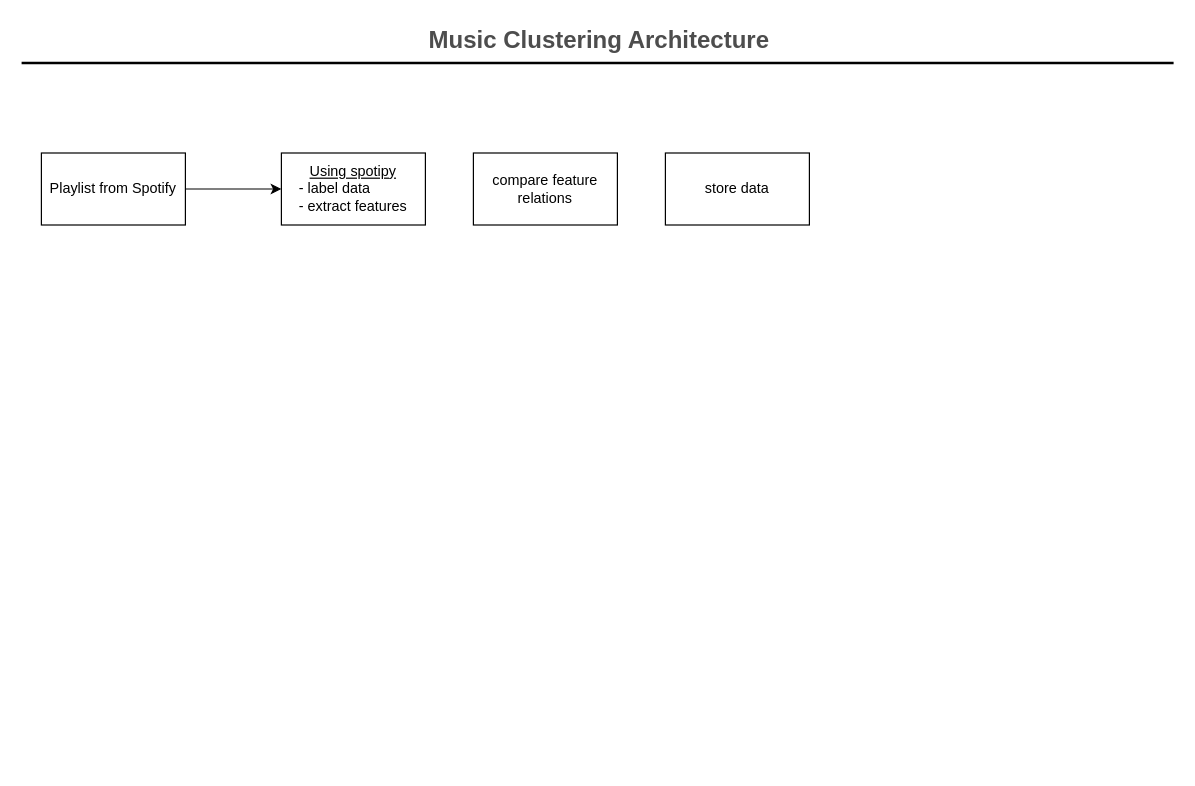
Before: ArchitectureDiagram.drawio in poke8014/Music-Clustering, a draw.io diagram. Source tidied: cells renumbered, new cells numbered last; positions are measured from the earlier drawing's top-left corner, leaving out a move shared by most shapes. Both pictures are drawn from the tidied source at 120%, with x=0, y=0 at pixel (22, 20).
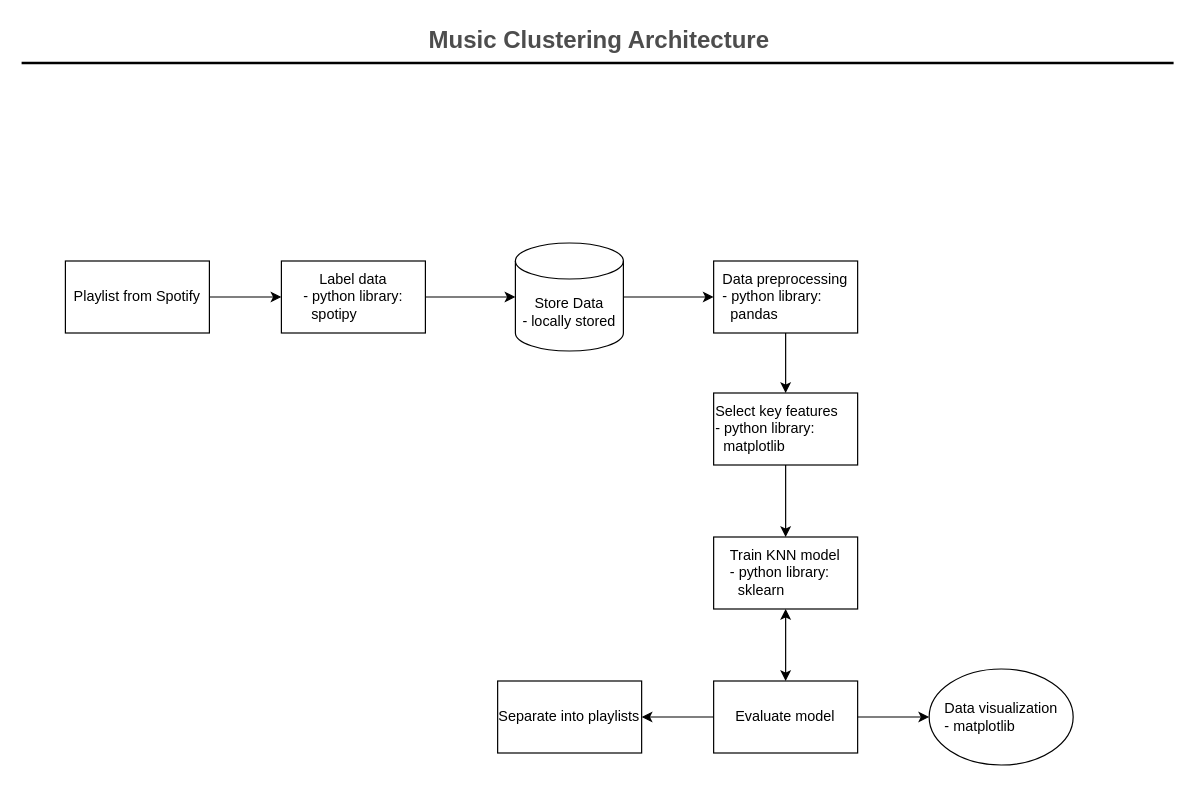
The same page after the edit.

The edit, as a diff of the source:
```diff
@@
-    <mxCell id="4" style="edgeStyle=orthogonalEdgeStyle;rounded=0;jettySize=auto;html=1;" parent="1" edge="1" source="5" target="6">
-      <mxGeometry relative="1" as="geometry" />
-    </mxCell>
     <mxCell id="5" value="Playlist from Spotify" style="rounded=0;whiteSpace=wrap;html=1;" parent="1" vertex="1">
-      <mxGeometry x="16" y="110" width="120" height="60" as="geometry" />
+      <mxGeometry x="36" y="200" width="120" height="60" as="geometry" />
     </mxCell>
-    <mxCell id="6" value="&lt;u&gt;Using spotipy&lt;/u&gt;&lt;br&gt;&lt;div style=&quot;text-align: left&quot;&gt;&lt;span&gt;- label data&lt;/span&gt;&lt;/div&gt;&lt;div style=&quot;text-align: left&quot;&gt;&lt;span&gt;- extract features&lt;/span&gt;&lt;/div&gt;" style="rounded=0;whiteSpace=wrap;html=1;" parent="1" vertex="1">
-      <mxGeometry x="216" y="110" width="120" height="60" as="geometry" />
+    <mxCell id="6" value="&lt;div style=&quot;text-align: center&quot;&gt;&lt;span style=&quot;text-align: left&quot;&gt;Label data&lt;/span&gt;&lt;/div&gt;&lt;div style=&quot;text-align: left&quot;&gt;&lt;span&gt;- python library:&lt;/span&gt;&lt;/div&gt;&lt;div style=&quot;text-align: left&quot;&gt;&lt;span&gt;&amp;nbsp; spotipy&lt;/span&gt;&lt;/div&gt;" style="rounded=0;whiteSpace=wrap;html=1;" parent="1" vertex="1">
+      <mxGeometry x="216" y="200" width="120" height="60" as="geometry" />
     </mxCell>
-    <mxCell id="7" value="store data" style="rounded=0;whiteSpace=wrap;html=1;align=center;" parent="1" vertex="1">
-      <mxGeometry x="536" y="110" width="120" height="60" as="geometry" />
-    </mxCell>
-    <mxCell id="8" value="compare feature relations" style="rounded=0;whiteSpace=wrap;html=1;align=center;" parent="1" vertex="1">
-      <mxGeometry x="376" y="110" width="120" height="60" as="geometry" />
+    <mxCell id="8" value="Select key features&lt;br&gt;&lt;div&gt;- python library:&lt;/div&gt;&lt;div&gt;&amp;nbsp; matplotlib&lt;/div&gt;" style="rounded=0;whiteSpace=wrap;html=1;align=left;" parent="1" vertex="1">
+      <mxGeometry x="576.2" y="310" width="120" height="60" as="geometry" />
     </mxCell>
+    <mxCell id="9" value="&lt;div&gt;&lt;span&gt;Train KNN model&lt;/span&gt;&lt;/div&gt;&lt;div style=&quot;text-align: left&quot;&gt;&lt;div&gt;- python library:&lt;/div&gt;&lt;div&gt;&amp;nbsp; sklearn&lt;/div&gt;&lt;/div&gt;" style="rounded=0;whiteSpace=wrap;html=1;align=center;" parent="1" vertex="1">
+      <mxGeometry x="576.2" y="430" width="120" height="60" as="geometry" />
+    </mxCell>
+    <mxCell id="10" style="endArrow=classic;html=1;rounded=0;exitX=1;exitY=0.5;exitDx=0;exitDy=0;entryX=0;entryY=0.5;entryDx=0;entryDy=0;entryPerimeter=0;" parent="1" edge="1" source="6" target="18">
+      <mxGeometry relative="1" as="geometry" />
+    </mxCell>
+    <mxCell id="11" value="Evaluate model" style="rounded=0;whiteSpace=wrap;html=1;align=center;" parent="1" vertex="1">
+      <mxGeometry x="576.2" y="550" width="120" height="60" as="geometry" />
+    </mxCell>
+    <mxCell id="12" value="Separate into playlists" style="rounded=0;whiteSpace=wrap;html=1;align=center;" parent="1" vertex="1">
+      <mxGeometry x="396.2" y="550" width="120" height="60" as="geometry" />
+    </mxCell>
+    <mxCell id="4" style="endArrow=classic;html=1;rounded=0;exitX=1;exitY=0.5;exitDx=0;exitDy=0;entryX=0;entryY=0.5;entryDx=0;entryDy=0;" parent="1" edge="1" source="5" target="6">
+      <mxGeometry relative="1" as="geometry" />
+    </mxCell>
+    <mxCell id="13" style="endArrow=classic;html=1;rounded=0;exitX=0.5;exitY=1;exitDx=0;exitDy=0;" parent="1" edge="1" source="8" target="9">
+      <mxGeometry relative="1" as="geometry" />
+    </mxCell>
+    <mxCell id="14" style="endArrow=classic;html=1;rounded=0;entryX=1;entryY=0.5;entryDx=0;entryDy=0;exitX=0;exitY=0.5;exitDx=0;exitDy=0;" parent="1" edge="1" source="11" target="12">
+      <mxGeometry relative="1" as="geometry" />
+    </mxCell>
+    <mxCell id="15" style="endArrow=classic;html=1;rounded=0;exitX=1;exitY=0.5;exitDx=0;exitDy=0;entryX=0;entryY=0.5;entryDx=0;entryDy=0;" parent="1" edge="1" source="11" target="17">
+      <mxGeometry relative="1" as="geometry" />
+    </mxCell>
+    <mxCell id="16" style="endArrow=classic;startArrow=classic;html=1;rounded=0;exitX=0.5;exitY=0;exitDx=0;exitDy=0;entryX=0.5;entryY=1;entryDx=0;entryDy=0;" parent="1" edge="1" source="11" target="9">
+      <mxGeometry relative="1" as="geometry" />
+    </mxCell>
+    <mxCell id="17" value="Data visualization&lt;br&gt;&lt;div style=&quot;text-align: left&quot;&gt;- matplotlib&lt;/div&gt;" style="ellipse;whiteSpace=wrap;html=1;align=center;" parent="1" vertex="1">
+      <mxGeometry x="755.8" y="540" width="120" height="80" as="geometry" />
+    </mxCell>
+    <mxCell id="18" value="&lt;div&gt;&lt;span&gt;Store Data&lt;/span&gt;&lt;/div&gt;&lt;div style=&quot;text-align: left&quot;&gt;&lt;span&gt;- locally stored&lt;/span&gt;&lt;/div&gt;" style="shape=cylinder3;whiteSpace=wrap;html=1;boundedLbl=1;backgroundOutline=1;size=15;align=center;" parent="1" vertex="1">
+      <mxGeometry x="411" y="185" width="90" height="90" as="geometry" />
+    </mxCell>
+    <mxCell id="19" value="&lt;div&gt;&lt;span&gt;Data preprocessing&lt;/span&gt;&lt;/div&gt;&lt;div style=&quot;text-align: left&quot;&gt;&lt;div&gt;- python library:&lt;/div&gt;&lt;div&gt;&amp;nbsp; pandas&lt;/div&gt;&lt;/div&gt;" style="rounded=0;whiteSpace=wrap;html=1;align=center;" parent="1" vertex="1">
+      <mxGeometry x="576.2" y="200" width="120" height="60" as="geometry" />
+    </mxCell>
+    <mxCell id="20" style="endArrow=classic;html=1;rounded=0;exitX=1;exitY=0.5;exitDx=0;exitDy=0;exitPerimeter=0;entryX=0;entryY=0.5;entryDx=0;entryDy=0;" parent="1" edge="1" source="18" target="19">
+      <mxGeometry relative="1" as="geometry" />
+    </mxCell>
+    <mxCell id="21" style="endArrow=classic;html=1;rounded=0;exitX=0.5;exitY=1;exitDx=0;exitDy=0;entryX=0.5;entryY=0;entryDx=0;entryDy=0;" parent="1" edge="1" source="19" target="8">
+      <mxGeometry relative="1" as="geometry" />
+    </mxCell>
```
